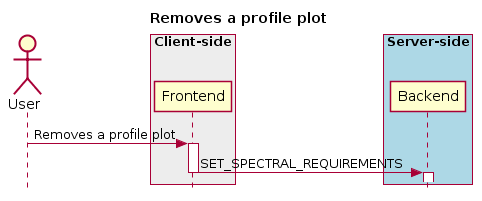
The PlantUML diagram docs/images/image12.png in CARTAvis/carta-protobuf, before a commit.
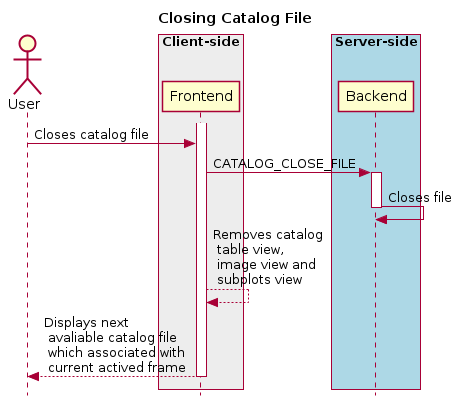
Above is the later version.

What changed in the source:
```diff
@@ -1,20 +1,23 @@
 @startuml
 skinparam style strictuml
 hide footbox
-title Removes a profile plot
+title Closing Catalog File
 
 actor User
 box "Client-side" #EDEDED
-        participant Frontend
+participant Frontend
 end box
 
 box "Server-side" #lightblue
-	participant Backend
+participant Backend
 end box
-User -> Frontend: Removes a profile plot
 activate Frontend
-Frontend -> Backend : SET_SPECTRAL_REQUIREMENTS
+User -> Frontend : Closes catalog file
+Frontend -> Backend : CATALOG_CLOSE_FILE
+activate Backend
+Backend -> Backend : Closes file
+deactivate Backend
+Frontend <-- Frontend : Removes catalog \n table view, \n image view and \n subplots view
+User <-- Frontend : Displays next \n avaliable catalog file \n which associated with \n current actived frame
 deactivate Frontend
-activate Backend
-deactivate Backend
 @enduml
```
